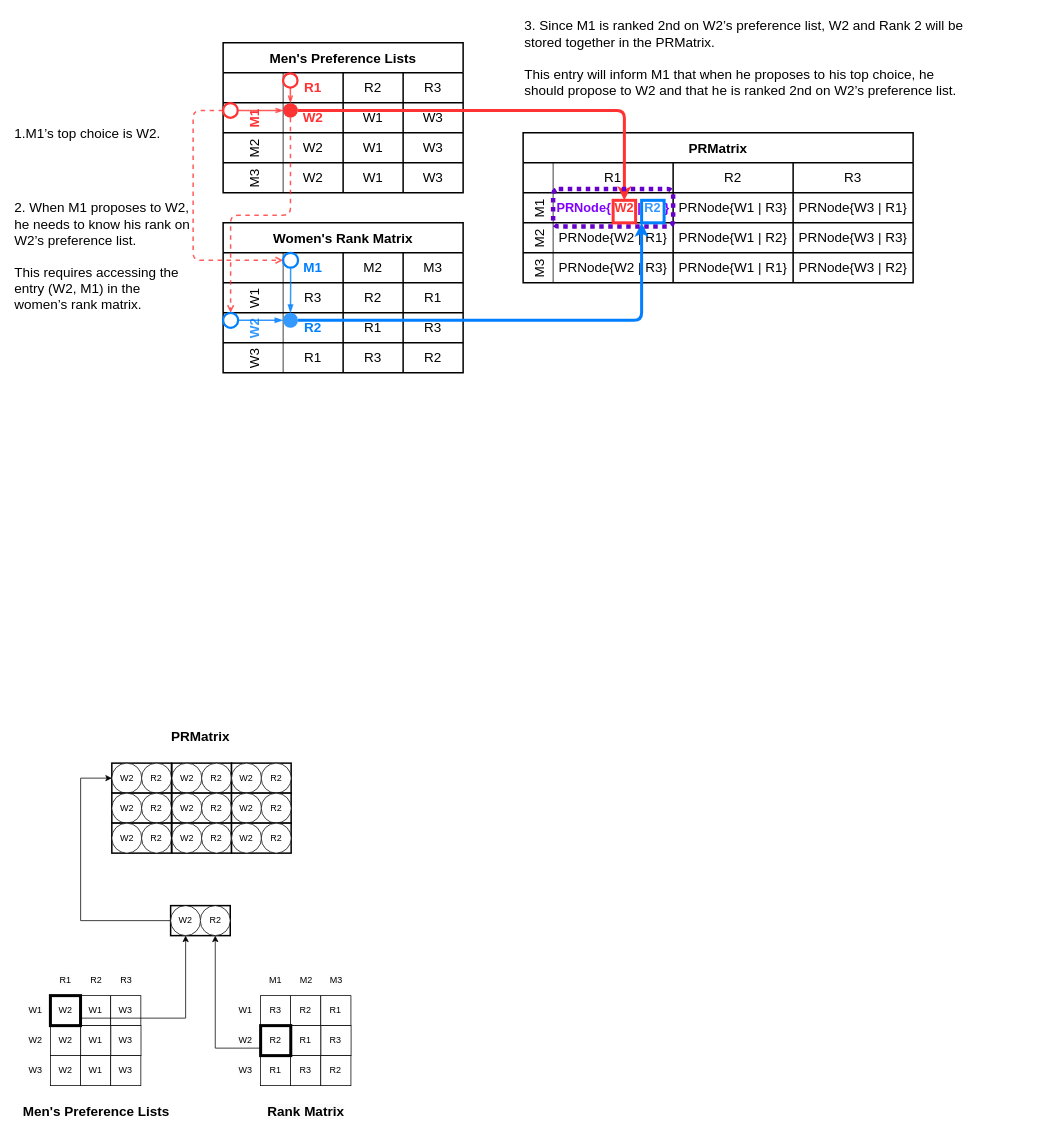
victorliu-sq/BambooSMP-Figures keeps this draw.io diagram as newPRMatrix.drawio. Above is the earlier version. Source tidied: cells renumbered, new cells numbered last; positions are measured from the earlier drawing's top-left corner, leaving out a move shared by most shapes. Both pictures are drawn from the tidied source at 75%, with x=0, y=0 at pixel (13, 13).
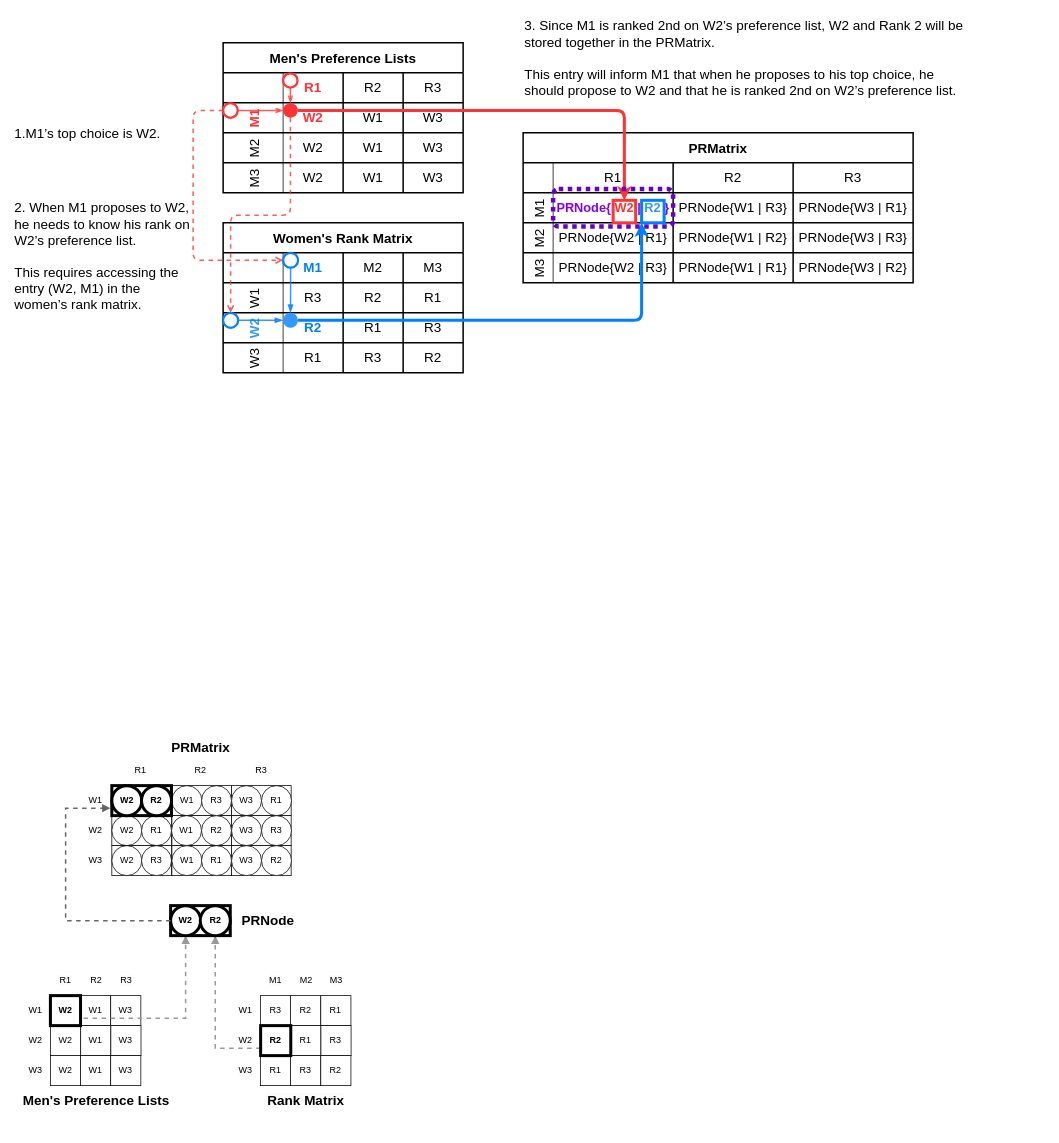
After the change.

Diff of the diagram source:
```diff
@@
     <mxCell id="82" value="&lt;span style=&quot;color: rgb(0, 0, 0); font-family: Helvetica; font-size: 18px; font-style: normal; font-variant-ligatures: normal; font-variant-caps: normal; font-weight: 700; letter-spacing: normal; orphans: 2; text-indent: 0px; text-transform: none; widows: 2; word-spacing: 0px; -webkit-text-stroke-width: 0px; white-space: nowrap; background-color: rgb(251, 251, 251); text-decoration-thickness: initial; text-decoration-style: initial; text-decoration-color: initial; float: none; display: inline !important;&quot;&gt;Rank Matrix&lt;/span&gt;" style="text;whiteSpace=wrap;html=1;align=center;strokeColor=none;verticalAlign=middle;strokeWidth=0;" parent="1" vertex="1">
-      <mxGeometry x="350.7" y="1440" width="79.2" height="50" as="geometry" />
+      <mxGeometry x="350.5" y="1440" width="79.2" height="20" as="geometry" />
     </mxCell>
@@
-    <mxCell id="84" style="edgeStyle=orthogonalEdgeStyle;rounded=0;jettySize=auto;html=1;exitX=0;exitY=0.75;exitDx=0;exitDy=0;entryX=0.5;entryY=1;entryDx=0;entryDy=0;" parent="1" edge="1" source="90" target="111">
+    <mxCell id="84" style="edgeStyle=orthogonalEdgeStyle;rounded=0;jettySize=auto;html=1;exitX=0;exitY=0.75;exitDx=0;exitDy=0;entryX=0.5;entryY=1;entryDx=0;entryDy=0;strokeWidth=2;strokeColor=#999999;dashed=1;endArrow=block;endFill=1;" parent="1" edge="1" source="90" target="111">
       <mxGeometry relative="1" as="geometry">
         <Array as="points">
           <mxPoint x="270" y="1380" />
         </Array>
       </mxGeometry>
     </mxCell>
@@
-    <mxCell id="90" value="R2" style="rounded=0;whiteSpace=wrap;html=1;strokeWidth=4;" parent="1" vertex="1">
+    <mxCell id="90" value="&lt;b&gt;R2&lt;/b&gt;" style="rounded=0;whiteSpace=wrap;html=1;strokeWidth=4;" parent="1" vertex="1">
       <mxGeometry x="330" y="1350" width="40.2" height="40" as="geometry" />
     </mxCell>
@@
     <mxCell id="98" value="&lt;span style=&quot;font-size: 18px; text-wrap: nowrap;&quot;&gt;&lt;b&gt;Men's Preference Lists&lt;/b&gt;&lt;/span&gt;" style="text;whiteSpace=wrap;html=1;align=center;strokeColor=none;verticalAlign=middle;strokeWidth=0;" parent="1" vertex="1">
-      <mxGeometry x="10.6" y="1440" width="200.1" height="50" as="geometry" />
+      <mxGeometry x="10.6" y="1440" width="200.1" height="20" as="geometry" />
     </mxCell>
@@
-    <mxCell id="106" style="rounded=0;whiteSpace=wrap;html=1;strokeWidth=2;" parent="1" vertex="1">
+    <mxCell id="106" style="rounded=0;whiteSpace=wrap;html=1;strokeWidth=4;" parent="1" vertex="1">
       <mxGeometry x="210" y="1190" width="79.5" height="40" as="geometry" />
     </mxCell>
-    <mxCell id="107" style="edgeStyle=orthogonalEdgeStyle;rounded=0;jettySize=auto;html=1;exitX=1;exitY=0.25;exitDx=0;exitDy=0;entryX=0.5;entryY=1;entryDx=0;entryDy=0;" parent="1" edge="1" source="108" target="110">
+    <mxCell id="107" style="edgeStyle=orthogonalEdgeStyle;rounded=0;jettySize=auto;html=1;exitX=1;exitY=0.25;exitDx=0;exitDy=0;entryX=0.5;entryY=1;entryDx=0;entryDy=0;strokeWidth=2;strokeColor=#999999;dashed=1;endArrow=block;endFill=1;" parent="1" edge="1" source="108" target="110">
       <mxGeometry relative="1" as="geometry">
         <Array as="points">
           <mxPoint x="90" y="1340" />
           <mxPoint x="230" y="1340" />
         </Array>
       </mxGeometry>
     </mxCell>
-    <mxCell id="108" value="W2" style="rounded=0;whiteSpace=wrap;html=1;strokeWidth=4;" parent="1" vertex="1">
+    <mxCell id="108" value="&lt;b&gt;W2&lt;/b&gt;" style="rounded=0;whiteSpace=wrap;html=1;strokeWidth=4;" parent="1" vertex="1">
       <mxGeometry x="49.7" y="1310" width="40.2" height="40" as="geometry" />
     </mxCell>
-    <mxCell id="109" style="edgeStyle=orthogonalEdgeStyle;rounded=0;jettySize=auto;html=1;exitX=0;exitY=0.5;exitDx=0;exitDy=0;entryX=0;entryY=0.5;entryDx=0;entryDy=0;" parent="1" edge="1" source="110" target="112">
-      <mxGeometry relative="1" as="geometry">
-        <Array as="points">
-          <mxPoint x="90" y="1210" />
-          <mxPoint x="90" y="1020" />
-        </Array>
-      </mxGeometry>
-    </mxCell>
-    <mxCell id="110" value="W2" style="ellipse;whiteSpace=wrap;html=1;" parent="1" vertex="1">
+    <mxCell id="110" value="&lt;b&gt;W2&lt;/b&gt;" style="ellipse;whiteSpace=wrap;html=1;strokeWidth=4;" parent="1" vertex="1">
       <mxGeometry x="210" y="1190" width="40" height="40" as="geometry" />
     </mxCell>
-    <mxCell id="111" value="R2" style="ellipse;whiteSpace=wrap;html=1;" parent="1" vertex="1">
+    <mxCell id="111" value="&lt;b&gt;R2&lt;/b&gt;" style="ellipse;whiteSpace=wrap;html=1;strokeWidth=4;" parent="1" vertex="1">
       <mxGeometry x="249.5" y="1190" width="40" height="40" as="geometry" />
     </mxCell>
-    <mxCell id="112" style="rounded=0;whiteSpace=wrap;html=1;strokeWidth=2;" parent="1" vertex="1">
-      <mxGeometry x="131.6" y="1000" width="79.5" height="40" as="geometry" />
-    </mxCell>
-    <mxCell id="113" value="W2" style="ellipse;whiteSpace=wrap;html=1;" parent="1" vertex="1">
-      <mxGeometry x="131.6" y="1000" width="40" height="40" as="geometry" />
-    </mxCell>
-    <mxCell id="114" value="R2" style="ellipse;whiteSpace=wrap;html=1;" parent="1" vertex="1">
-      <mxGeometry x="171.2" y="1000" width="40" height="40" as="geometry" />
-    </mxCell>
-    <mxCell id="115" style="rounded=0;whiteSpace=wrap;html=1;strokeWidth=2;" parent="1" vertex="1">
-      <mxGeometry x="211.7" y="1000" width="79.5" height="40" as="geometry" />
+    <mxCell id="115" style="rounded=0;whiteSpace=wrap;html=1;strokeWidth=1;" parent="1" vertex="1">
+      <mxGeometry x="211.7" y="1030" width="79.5" height="40" as="geometry" />
     </mxCell>
-    <mxCell id="116" value="W2" style="ellipse;whiteSpace=wrap;html=1;" parent="1" vertex="1">
-      <mxGeometry x="211.7" y="1000" width="40" height="40" as="geometry" />
+    <mxCell id="116" value="W1" style="ellipse;whiteSpace=wrap;html=1;" parent="1" vertex="1">
+      <mxGeometry x="211.7" y="1030" width="40" height="40" as="geometry" />
     </mxCell>
-    <mxCell id="117" value="R2" style="ellipse;whiteSpace=wrap;html=1;" parent="1" vertex="1">
-      <mxGeometry x="251.2" y="1000" width="40" height="40" as="geometry" />
-    </mxCell>
-    <mxCell id="118" style="rounded=0;whiteSpace=wrap;html=1;strokeWidth=2;" parent="1" vertex="1">
-      <mxGeometry x="291.2" y="1000" width="79.5" height="40" as="geometry" />
+    <mxCell id="118" style="rounded=0;whiteSpace=wrap;html=1;strokeWidth=1;" parent="1" vertex="1">
+      <mxGeometry x="291.2" y="1030" width="79.5" height="40" as="geometry" />
     </mxCell>
-    <mxCell id="119" value="W2" style="ellipse;whiteSpace=wrap;html=1;" parent="1" vertex="1">
-      <mxGeometry x="291.2" y="1000" width="40" height="40" as="geometry" />
+    <mxCell id="119" value="W3" style="ellipse;whiteSpace=wrap;html=1;" parent="1" vertex="1">
+      <mxGeometry x="291.2" y="1030" width="40" height="40" as="geometry" />
     </mxCell>
-    <mxCell id="120" value="R2" style="ellipse;whiteSpace=wrap;html=1;" parent="1" vertex="1">
-      <mxGeometry x="330.8" y="1000" width="40" height="40" as="geometry" />
-    </mxCell>
-    <mxCell id="121" style="rounded=0;whiteSpace=wrap;html=1;strokeWidth=2;" parent="1" vertex="1">
-      <mxGeometry x="131.6" y="1040" width="79.5" height="40" as="geometry" />
+    <mxCell id="121" style="rounded=0;whiteSpace=wrap;html=1;strokeWidth=1;" parent="1" vertex="1">
+      <mxGeometry x="131.6" y="1070" width="79.5" height="40" as="geometry" />
     </mxCell>
     <mxCell id="122" value="W2" style="ellipse;whiteSpace=wrap;html=1;" parent="1" vertex="1">
-      <mxGeometry x="131.6" y="1040" width="40" height="40" as="geometry" />
+      <mxGeometry x="131.6" y="1070" width="40" height="40" as="geometry" />
     </mxCell>
-    <mxCell id="123" value="R2" style="ellipse;whiteSpace=wrap;html=1;" parent="1" vertex="1">
-      <mxGeometry x="171.2" y="1040" width="40" height="40" as="geometry" />
+    <mxCell id="123" value="R1" style="ellipse;whiteSpace=wrap;html=1;" parent="1" vertex="1">
+      <mxGeometry x="171.2" y="1070" width="40" height="40" as="geometry" />
     </mxCell>
-    <mxCell id="124" style="rounded=0;whiteSpace=wrap;html=1;strokeWidth=2;" parent="1" vertex="1">
-      <mxGeometry x="211.7" y="1040" width="79.5" height="40" as="geometry" />
+    <mxCell id="124" style="rounded=0;whiteSpace=wrap;html=1;strokeWidth=1;" parent="1" vertex="1">
+      <mxGeometry x="211.7" y="1070" width="79.5" height="40" as="geometry" />
     </mxCell>
-    <mxCell id="125" value="W2" style="ellipse;whiteSpace=wrap;html=1;" parent="1" vertex="1">
-      <mxGeometry x="211.7" y="1040" width="40" height="40" as="geometry" />
-    </mxCell>
     <mxCell id="126" value="R2" style="ellipse;whiteSpace=wrap;html=1;" parent="1" vertex="1">
-      <mxGeometry x="251.2" y="1040" width="40" height="40" as="geometry" />
+      <mxGeometry x="251.2" y="1070" width="40" height="40" as="geometry" />
     </mxCell>
-    <mxCell id="127" style="rounded=0;whiteSpace=wrap;html=1;strokeWidth=2;" parent="1" vertex="1">
-      <mxGeometry x="291.2" y="1040" width="79.5" height="40" as="geometry" />
+    <mxCell id="127" style="rounded=0;whiteSpace=wrap;html=1;strokeWidth=1;" parent="1" vertex="1">
+      <mxGeometry x="291.2" y="1070" width="79.5" height="40" as="geometry" />
     </mxCell>
-    <mxCell id="128" value="W2" style="ellipse;whiteSpace=wrap;html=1;" parent="1" vertex="1">
-      <mxGeometry x="291.2" y="1040" width="40" height="40" as="geometry" />
-    </mxCell>
-    <mxCell id="129" value="R2" style="ellipse;whiteSpace=wrap;html=1;" parent="1" vertex="1">
-      <mxGeometry x="330.8" y="1040" width="40" height="40" as="geometry" />
-    </mxCell>
-    <mxCell id="130" style="rounded=0;whiteSpace=wrap;html=1;strokeWidth=2;" parent="1" vertex="1">
-      <mxGeometry x="131.6" y="1080" width="79.5" height="40" as="geometry" />
+    <mxCell id="130" style="rounded=0;whiteSpace=wrap;html=1;strokeWidth=1;" parent="1" vertex="1">
+      <mxGeometry x="131.6" y="1110" width="79.5" height="40" as="geometry" />
     </mxCell>
     <mxCell id="131" value="W2" style="ellipse;whiteSpace=wrap;html=1;" parent="1" vertex="1">
-      <mxGeometry x="131.6" y="1080" width="40" height="40" as="geometry" />
+      <mxGeometry x="131.6" y="1110" width="40" height="40" as="geometry" />
     </mxCell>
-    <mxCell id="132" value="R2" style="ellipse;whiteSpace=wrap;html=1;" parent="1" vertex="1">
-      <mxGeometry x="171.2" y="1080" width="40" height="40" as="geometry" />
+    <mxCell id="132" value="R3" style="ellipse;whiteSpace=wrap;html=1;" parent="1" vertex="1">
+      <mxGeometry x="171.2" y="1110" width="40" height="40" as="geometry" />
     </mxCell>
-    <mxCell id="133" style="rounded=0;whiteSpace=wrap;html=1;strokeWidth=2;" parent="1" vertex="1">
-      <mxGeometry x="211.7" y="1080" width="79.5" height="40" as="geometry" />
+    <mxCell id="133" style="rounded=0;whiteSpace=wrap;html=1;strokeWidth=1;" parent="1" vertex="1">
+      <mxGeometry x="211.7" y="1110" width="79.5" height="40" as="geometry" />
     </mxCell>
-    <mxCell id="134" value="W2" style="ellipse;whiteSpace=wrap;html=1;" parent="1" vertex="1">
-      <mxGeometry x="211.7" y="1080" width="40" height="40" as="geometry" />
-    </mxCell>
-    <mxCell id="135" value="R2" style="ellipse;whiteSpace=wrap;html=1;" parent="1" vertex="1">
-      <mxGeometry x="251.2" y="1080" width="40" height="40" as="geometry" />
-    </mxCell>
-    <mxCell id="136" style="rounded=0;whiteSpace=wrap;html=1;strokeWidth=2;" parent="1" vertex="1">
-      <mxGeometry x="291.2" y="1080" width="79.5" height="40" as="geometry" />
+    <mxCell id="136" style="rounded=0;whiteSpace=wrap;html=1;strokeWidth=1;" parent="1" vertex="1">
+      <mxGeometry x="291.2" y="1110" width="79.5" height="40" as="geometry" />
     </mxCell>
-    <mxCell id="137" value="W2" style="ellipse;whiteSpace=wrap;html=1;" parent="1" vertex="1">
-      <mxGeometry x="291.2" y="1080" width="40" height="40" as="geometry" />
-    </mxCell>
-    <mxCell id="138" value="R2" style="ellipse;whiteSpace=wrap;html=1;" parent="1" vertex="1">
-      <mxGeometry x="330.8" y="1080" width="40" height="40" as="geometry" />
-    </mxCell>
     <mxCell id="139" value="&lt;span style=&quot;font-size: 18px; text-wrap: nowrap;&quot;&gt;&lt;b&gt;PRMatrix&lt;/b&gt;&lt;/span&gt;" style="text;whiteSpace=wrap;html=1;align=center;strokeColor=none;verticalAlign=middle;strokeWidth=0;" parent="1" vertex="1">
-      <mxGeometry x="209.5" y="940" width="80" height="50" as="geometry" />
+      <mxGeometry x="209.5" y="970" width="80.5" height="20" as="geometry" />
     </mxCell>
+    <mxCell id="140" value="&lt;span style=&quot;font-size: 18px; text-wrap: nowrap;&quot;&gt;&lt;b&gt;PRNode&lt;/b&gt;&lt;/span&gt;" style="text;whiteSpace=wrap;html=1;align=center;strokeColor=none;verticalAlign=middle;strokeWidth=0;" parent="1" vertex="1">
+      <mxGeometry x="299.5" y="1185" width="80" height="50" as="geometry" />
+    </mxCell>
+    <mxCell id="112" style="rounded=0;whiteSpace=wrap;html=1;strokeWidth=4;" parent="1" vertex="1">
+      <mxGeometry x="131.6" y="1030" width="79.5" height="40" as="geometry" />
+    </mxCell>
+    <mxCell id="113" value="&lt;b&gt;W2&lt;/b&gt;" style="ellipse;whiteSpace=wrap;html=1;strokeWidth=4;" parent="1" vertex="1">
+      <mxGeometry x="131.6" y="1030" width="40" height="40" as="geometry" />
+    </mxCell>
+    <mxCell id="114" value="&lt;b&gt;R2&lt;/b&gt;" style="ellipse;whiteSpace=wrap;html=1;strokeWidth=4;" parent="1" vertex="1">
+      <mxGeometry x="171.2" y="1030" width="40" height="40" as="geometry" />
+    </mxCell>
+    <mxCell id="141" value="&lt;span style=&quot;color: rgb(0, 0, 0); font-family: Helvetica; font-size: 12px; font-style: normal; font-variant-ligatures: normal; font-variant-caps: normal; font-weight: 400; letter-spacing: normal; orphans: 2; text-indent: 0px; text-transform: none; widows: 2; word-spacing: 0px; -webkit-text-stroke-width: 0px; white-space: normal; background-color: rgb(251, 251, 251); text-decoration-thickness: initial; text-decoration-style: initial; text-decoration-color: initial; float: none; display: inline !important;&quot;&gt;W1&lt;/span&gt;" style="text;whiteSpace=wrap;html=1;align=center;verticalAlign=middle;" parent="1" vertex="1">
+      <mxGeometry x="89.9" y="1030" width="40" height="40" as="geometry" />
+    </mxCell>
+    <mxCell id="142" value="&lt;span style=&quot;color: rgb(0, 0, 0); font-family: Helvetica; font-size: 12px; font-style: normal; font-variant-ligatures: normal; font-variant-caps: normal; font-weight: 400; letter-spacing: normal; orphans: 2; text-indent: 0px; text-transform: none; widows: 2; word-spacing: 0px; -webkit-text-stroke-width: 0px; white-space: normal; background-color: rgb(251, 251, 251); text-decoration-thickness: initial; text-decoration-style: initial; text-decoration-color: initial; float: none; display: inline !important;&quot;&gt;W2&lt;/span&gt;" style="text;whiteSpace=wrap;html=1;align=center;verticalAlign=middle;" parent="1" vertex="1">
+      <mxGeometry x="89.9" y="1070" width="40" height="40" as="geometry" />
+    </mxCell>
+    <mxCell id="143" value="&lt;span style=&quot;color: rgb(0, 0, 0); font-family: Helvetica; font-size: 12px; font-style: normal; font-variant-ligatures: normal; font-variant-caps: normal; font-weight: 400; letter-spacing: normal; orphans: 2; text-indent: 0px; text-transform: none; widows: 2; word-spacing: 0px; -webkit-text-stroke-width: 0px; white-space: normal; background-color: rgb(251, 251, 251); text-decoration-thickness: initial; text-decoration-style: initial; text-decoration-color: initial; float: none; display: inline !important;&quot;&gt;W3&lt;/span&gt;" style="text;whiteSpace=wrap;html=1;align=center;verticalAlign=middle;" parent="1" vertex="1">
+      <mxGeometry x="89.9" y="1110" width="40" height="40" as="geometry" />
+    </mxCell>
+    <mxCell id="144" value="&lt;span style=&quot;color: rgb(0, 0, 0); font-family: Helvetica; font-size: 12px; font-style: normal; font-variant-ligatures: normal; font-variant-caps: normal; font-weight: 400; letter-spacing: normal; orphans: 2; text-indent: 0px; text-transform: none; widows: 2; word-spacing: 0px; -webkit-text-stroke-width: 0px; white-space: normal; background-color: rgb(251, 251, 251); text-decoration-thickness: initial; text-decoration-style: initial; text-decoration-color: initial; float: none; display: inline !important;&quot;&gt;R1&lt;/span&gt;" style="text;whiteSpace=wrap;html=1;align=center;verticalAlign=middle;" parent="1" vertex="1">
+      <mxGeometry x="150" y="990" width="40" height="40" as="geometry" />
+    </mxCell>
+    <mxCell id="145" value="R2" style="text;whiteSpace=wrap;html=1;align=center;verticalAlign=middle;" parent="1" vertex="1">
+      <mxGeometry x="230" y="990" width="40" height="40" as="geometry" />
+    </mxCell>
+    <mxCell id="146" value="&lt;span style=&quot;color: rgb(0, 0, 0); font-family: Helvetica; font-size: 12px; font-style: normal; font-variant-ligatures: normal; font-variant-caps: normal; font-weight: 400; letter-spacing: normal; orphans: 2; text-indent: 0px; text-transform: none; widows: 2; word-spacing: 0px; -webkit-text-stroke-width: 0px; white-space: normal; background-color: rgb(251, 251, 251); text-decoration-thickness: initial; text-decoration-style: initial; text-decoration-color: initial; float: none; display: inline !important;&quot;&gt;R3&lt;/span&gt;" style="text;whiteSpace=wrap;html=1;align=center;verticalAlign=middle;" parent="1" vertex="1">
+      <mxGeometry x="311" y="990" width="40" height="40" as="geometry" />
+    </mxCell>
+    <mxCell id="147" style="edgeStyle=orthogonalEdgeStyle;rounded=0;jettySize=auto;html=1;exitX=0;exitY=0.5;exitDx=0;exitDy=0;entryX=1;entryY=0.75;entryDx=0;entryDy=0;strokeWidth=2;strokeColor=#666666;endArrow=block;endFill=1;dashed=1;" parent="1" edge="1" source="110" target="141">
+      <mxGeometry relative="1" as="geometry">
+        <Array as="points">
+          <mxPoint x="70" y="1210" />
+          <mxPoint x="70" y="1060" />
+        </Array>
+      </mxGeometry>
+    </mxCell>
+    <mxCell id="148" value="W1" style="ellipse;whiteSpace=wrap;html=1;" parent="1" vertex="1">
+      <mxGeometry x="211.2" y="1070" width="40" height="40" as="geometry" />
+    </mxCell>
+    <mxCell id="149" value="W1" style="ellipse;whiteSpace=wrap;html=1;" parent="1" vertex="1">
+      <mxGeometry x="211.7" y="1110" width="40" height="40" as="geometry" />
+    </mxCell>
+    <mxCell id="150" value="W3" style="ellipse;whiteSpace=wrap;html=1;" parent="1" vertex="1">
+      <mxGeometry x="291.2" y="1070" width="40" height="40" as="geometry" />
+    </mxCell>
+    <mxCell id="151" value="W3" style="ellipse;whiteSpace=wrap;html=1;" parent="1" vertex="1">
+      <mxGeometry x="291.2" y="1110" width="40" height="40" as="geometry" />
+    </mxCell>
+    <mxCell id="152" value="R3" style="ellipse;whiteSpace=wrap;html=1;" parent="1" vertex="1">
+      <mxGeometry x="251.2" y="1030" width="40" height="40" as="geometry" />
+    </mxCell>
+    <mxCell id="153" value="R1" style="ellipse;whiteSpace=wrap;html=1;" parent="1" vertex="1">
+      <mxGeometry x="251.2" y="1110" width="40" height="40" as="geometry" />
+    </mxCell>
+    <mxCell id="154" value="R1" style="ellipse;whiteSpace=wrap;html=1;" parent="1" vertex="1">
+      <mxGeometry x="331.2" y="1030" width="40" height="40" as="geometry" />
+    </mxCell>
+    <mxCell id="155" value="R3" style="ellipse;whiteSpace=wrap;html=1;" parent="1" vertex="1">
+      <mxGeometry x="331.2" y="1070" width="40" height="40" as="geometry" />
+    </mxCell>
+    <mxCell id="156" value="R2" style="ellipse;whiteSpace=wrap;html=1;" parent="1" vertex="1">
+      <mxGeometry x="331.2" y="1110" width="40" height="40" as="geometry" />
+    </mxCell>
```
